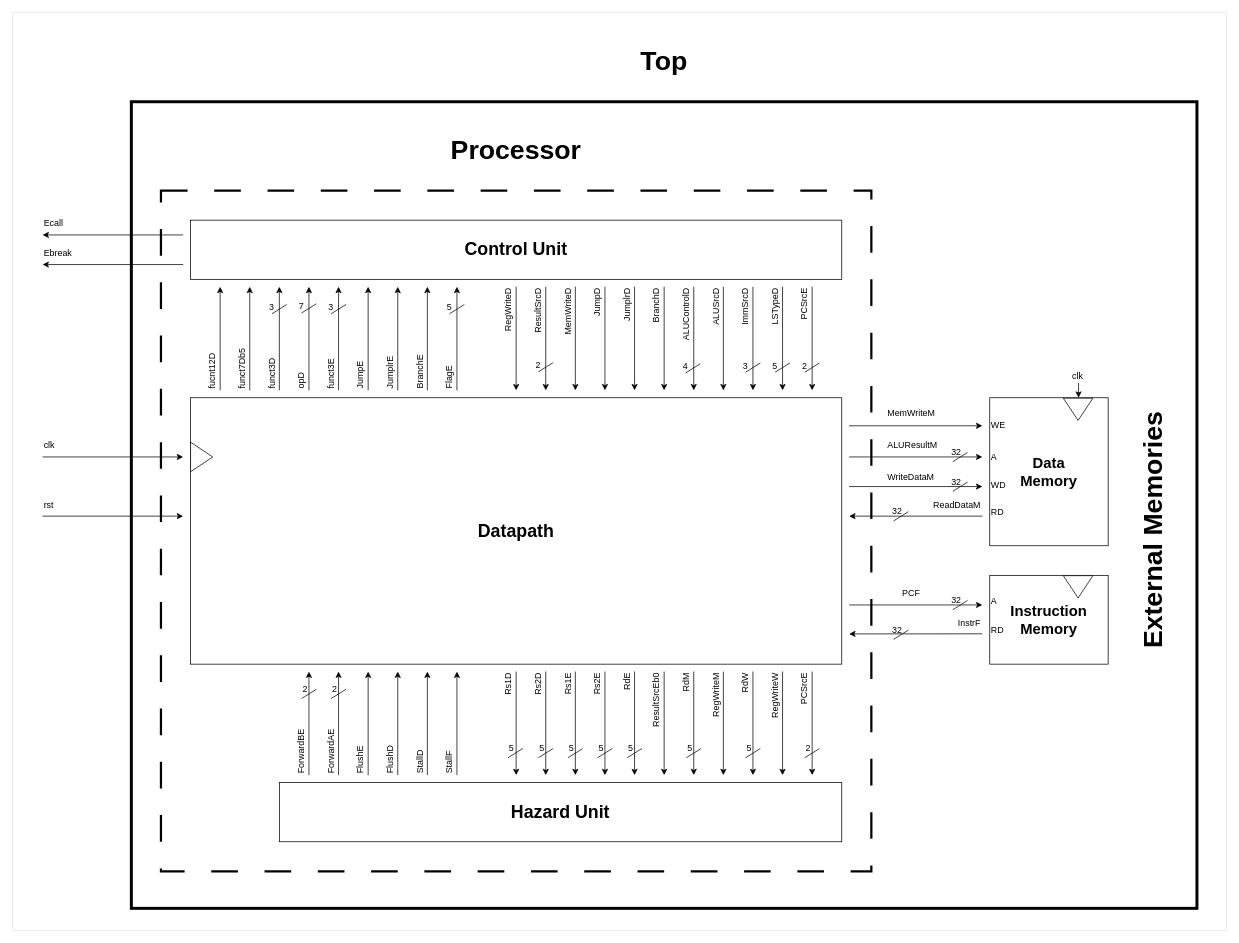
Before: page "top" (4 of 4) of 92_report/Diagrams/Block-diagram.drawio in ndNgoc1310/RISC-V_Single-cycle_Processor, a draw.io diagram. Source tidied: cells renumbered, new cells numbered last; positions are measured from the earlier drawing's top-left corner, leaving out a move shared by most shapes. Both pictures are drawn from the tidied source at 74%, with x=0, y=0 at pixel (13, 13).
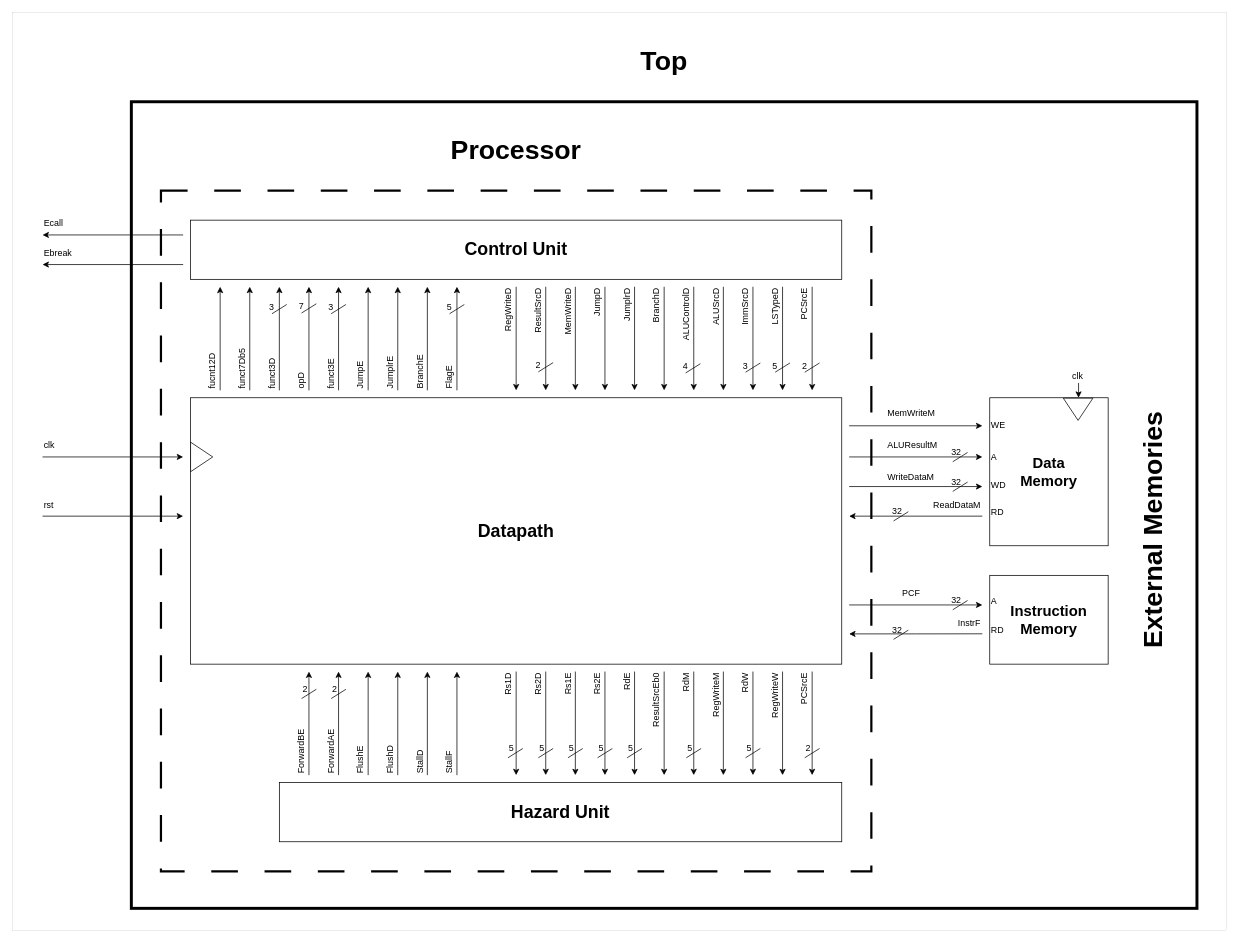
The same page after the edit.

The change refers to these unchanged cells:
```xml
<mxCell id="2" style="group;" parent="1" vertex="1">
  <mxGeometry width="1640" height="1240" as="geometry" />
</mxCell>
```

Diff of the diagram source:
```diff
@@
-    <mxCell id="175" style="triangle;whiteSpace=wrap;html=1;rotation=90;" parent="2" vertex="1">
-      <mxGeometry x="1424.3" y="755.5" width="30.2" height="40" as="geometry" />
-    </mxCell>
```
